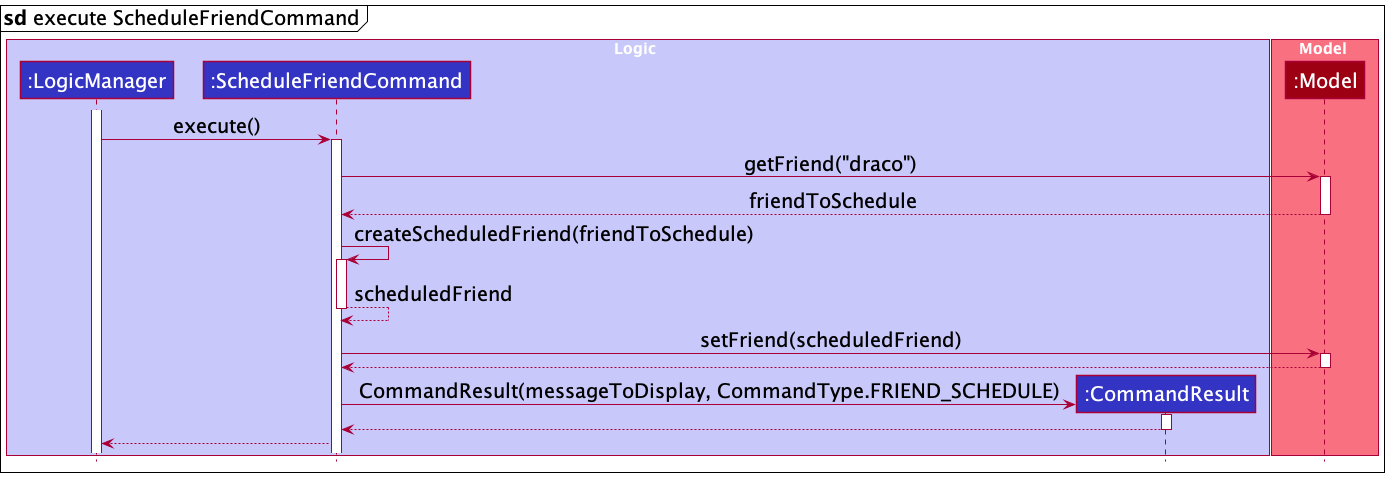
Before: docs/images/ScheduleSequenceDiagram2.png, a diagram exported from PlantUML (nus-cs2103-AY2122S1/tp).
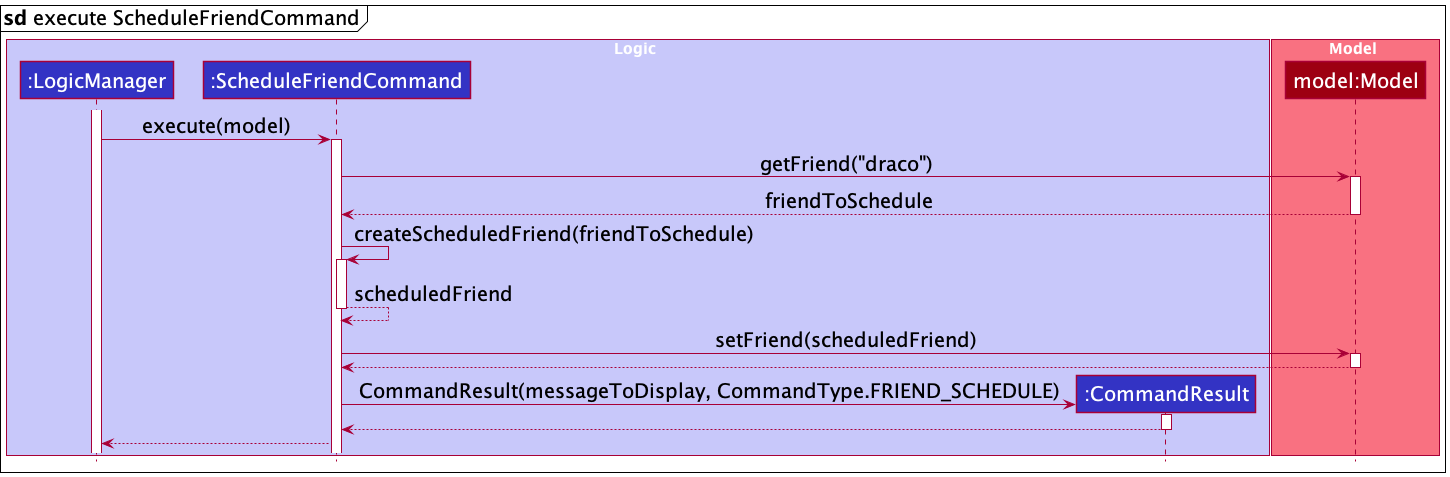
After the commit.

Change to the diagram source:
```diff
@@ -13,12 +13,12 @@
 end box
 
 box Model MODEL_COLOR_T1
-participant ":Model" as Model MODEL_COLOR
+participant "model:Model" as Model MODEL_COLOR
 end box
 
 activate LogicManager
 
-LogicManager -> ScheduleFriendCommand : execute()
+LogicManager -> ScheduleFriendCommand : execute(model)
 activate ScheduleFriendCommand
 
 ScheduleFriendCommand -> Model : getFriend("draco")
```
